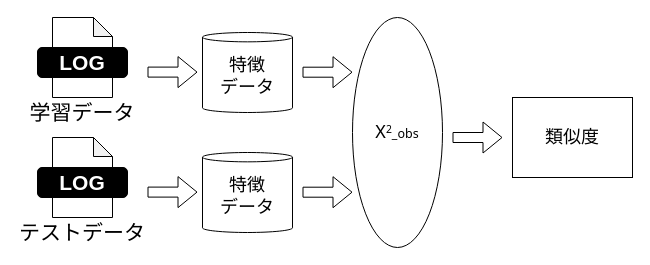
Before: 4/experiment.drawio in SuperTikuwa/thesis-images, a draw.io diagram. Source tidied: cells renumbered, new cells numbered last; positions are measured from the earlier drawing's top-left corner, leaving out a move shared by most shapes. Both pictures are drawn from the tidied source at 100%, with x=0, y=0 at pixel (17, 17).
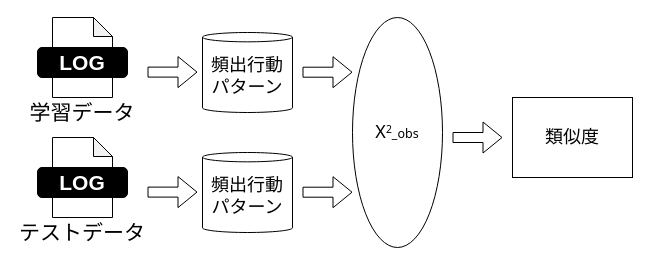
After the change.

Commit message:
experiment.drawio を更新します

The edit, as a diff of the source:
```diff
@@
-    <mxCell id="16" value="特徴&lt;br style=&quot;border-color: var(--border-color);&quot;&gt;データ" style="shape=cylinder3;whiteSpace=wrap;html=1;boundedLbl=1;backgroundOutline=1;size=4.666666666666799;labelBackgroundColor=none;fontSize=18;fontColor=#000000;fillColor=#FFFFFF;" parent="1" vertex="1">
+    <mxCell id="16" value="頻出行動&lt;br style=&quot;border-color: var(--border-color);&quot;&gt;パターン" style="shape=cylinder3;whiteSpace=wrap;html=1;boundedLbl=1;backgroundOutline=1;size=4.666666666666799;labelBackgroundColor=none;fontSize=18;fontColor=#000000;fillColor=#FFFFFF;" parent="1" vertex="1">
       <mxGeometry x="185" y="135" width="90" height="80" as="geometry" />
     </mxCell>
-    <mxCell id="17" value="特徴&lt;br style=&quot;border-color: var(--border-color);&quot;&gt;データ" style="shape=cylinder3;whiteSpace=wrap;html=1;boundedLbl=1;backgroundOutline=1;size=4.666666666666799;labelBackgroundColor=none;fontSize=18;fontColor=#000000;fillColor=#FFFFFF;" parent="1" vertex="1">
+    <mxCell id="17" value="頻出行動&lt;br&gt;パターン" style="shape=cylinder3;whiteSpace=wrap;html=1;boundedLbl=1;backgroundOutline=1;size=4.666666666666799;labelBackgroundColor=none;fontSize=18;fontColor=#000000;fillColor=#FFFFFF;" parent="1" vertex="1">
       <mxGeometry x="185" y="15" width="90" height="80" as="geometry" />
     </mxCell>
```
